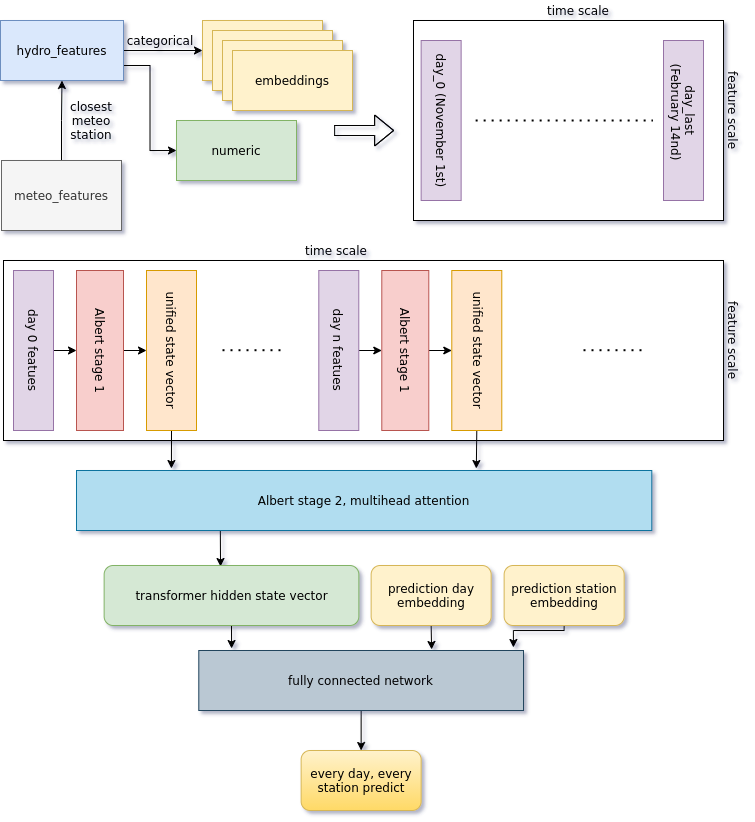
gleberof/emergency_datahack keeps this draw.io diagram as resources/LenaBiTrans.png. Above is the earlier version. Source tidied: cells renumbered, new cells last; positions are measured from the earlier drawing's top-left corner, leaving out a move shared by most shapes. The source it was exported from:
```xml
<mxGraphModel>
  <root>
    <mxCell id="0" />
    <mxCell id="1" parent="0" />
    <mxCell id="2" style="rounded=0;whiteSpace=wrap;html=1;" parent="1" vertex="1">
      <mxGeometry x="430" y="20" width="310" height="200" as="geometry" />
    </mxCell>
    <mxCell id="3" style="rounded=0;whiteSpace=wrap;html=1;fillColor=#e1d5e7;strokeColor=#9673a6;" parent="1" vertex="1">
      <mxGeometry x="437.6" y="40" width="40" height="160" as="geometry" />
    </mxCell>
    <mxCell id="4" style="rounded=0;whiteSpace=wrap;html=1;" parent="1" vertex="1">
      <mxGeometry x="20" y="260" width="720" height="180" as="geometry" />
    </mxCell>
    <mxCell id="5" style="edgeStyle=orthogonalEdgeStyle;rounded=0;jettySize=auto;html=1;exitX=1;exitY=0.5;exitDx=0;exitDy=0;" parent="1" edge="1" source="7" target="10">
      <mxGeometry relative="1" as="geometry" />
    </mxCell>
    <mxCell id="6" style="edgeStyle=orthogonalEdgeStyle;rounded=0;jettySize=auto;html=1;exitX=1;exitY=0.75;exitDx=0;exitDy=0;entryX=0;entryY=0.5;entryDx=0;entryDy=0;" parent="1" edge="1" source="7" target="14">
      <mxGeometry relative="1" as="geometry" />
    </mxCell>
    <mxCell id="7" value="hydro_features" style="rounded=0;whiteSpace=wrap;html=1;fillColor=#dae8fc;strokeColor=#6c8ebf;" parent="1" vertex="1">
      <mxGeometry x="17" y="20" width="123" height="60" as="geometry" />
    </mxCell>
    <mxCell id="8" style="edgeStyle=orthogonalEdgeStyle;rounded=0;jettySize=auto;html=1;exitX=0.5;exitY=0;exitDx=0;exitDy=0;entryX=0.5;entryY=1;entryDx=0;entryDy=0;" parent="1" edge="1" source="9" target="7">
      <mxGeometry relative="1" as="geometry" />
    </mxCell>
    <mxCell id="9" value="meteo_features" style="rounded=0;whiteSpace=wrap;html=1;fillColor=#f5f5f5;strokeColor=#666666;fontColor=#333333;" parent="1" vertex="1">
      <mxGeometry x="18" y="160" width="120" height="70" as="geometry" />
    </mxCell>
    <mxCell id="10" style="rounded=0;whiteSpace=wrap;html=1;fillColor=#fff2cc;strokeColor=#d6b656;" parent="1" vertex="1">
      <mxGeometry x="219" y="20" width="120" height="60" as="geometry" />
    </mxCell>
    <mxCell id="11" style="rounded=0;whiteSpace=wrap;html=1;fillColor=#fff2cc;strokeColor=#d6b656;" parent="1" vertex="1">
      <mxGeometry x="229" y="30" width="120" height="60" as="geometry" />
    </mxCell>
    <mxCell id="12" style="rounded=0;whiteSpace=wrap;html=1;fillColor=#fff2cc;strokeColor=#d6b656;" parent="1" vertex="1">
      <mxGeometry x="239" y="40" width="120" height="60" as="geometry" />
    </mxCell>
    <mxCell id="13" value="embeddings" style="rounded=0;whiteSpace=wrap;html=1;fillColor=#fff2cc;strokeColor=#d6b656;" parent="1" vertex="1">
      <mxGeometry x="249" y="50" width="120" height="60" as="geometry" />
    </mxCell>
    <mxCell id="14" value="numeric" style="rounded=0;whiteSpace=wrap;html=1;fillColor=#d5e8d4;strokeColor=#82b366;" parent="1" vertex="1">
      <mxGeometry x="193" y="120" width="120" height="60" as="geometry" />
    </mxCell>
    <mxCell id="15" value="closest meteo station&lt;br&gt;" style="text;html=1;strokeColor=none;fillColor=none;align=center;verticalAlign=middle;whiteSpace=wrap;rounded=0;" parent="1" vertex="1">
      <mxGeometry x="87.9" y="110" width="40" height="20" as="geometry" />
    </mxCell>
    <mxCell id="16" value="time scale" style="text;html=1;strokeColor=none;fillColor=none;align=center;verticalAlign=middle;whiteSpace=wrap;rounded=0;" parent="1" vertex="1">
      <mxGeometry x="430" width="330" height="20" as="geometry" />
    </mxCell>
    <mxCell id="17" value="feature scale&lt;br&gt;" style="text;html=1;strokeColor=none;fillColor=none;align=center;verticalAlign=middle;whiteSpace=wrap;rounded=0;rotation=90;" parent="1" vertex="1">
      <mxGeometry x="680" y="100" width="140" height="20" as="geometry" />
    </mxCell>
    <mxCell id="18" value="day_0 (November 1st)" style="text;html=1;strokeColor=none;fillColor=none;align=center;verticalAlign=middle;whiteSpace=wrap;rounded=0;rotation=90;" parent="1" vertex="1">
      <mxGeometry x="367.6" y="110" width="180" height="20" as="geometry" />
    </mxCell>
    <mxCell id="19" style="shape=flexArrow;endArrow=classic;html=1;" parent="1" edge="1">
      <mxGeometry relative="1" as="geometry">
        <mxPoint x="350.6" y="130" as="sourcePoint" />
        <mxPoint x="410.6" y="130" as="targetPoint" />
        <Array as="points">
          <mxPoint x="370.6" y="130" />
          <mxPoint x="350.6" y="130" />
        </Array>
      </mxGeometry>
    </mxCell>
    <mxCell id="20" style="endArrow=none;dashed=1;html=1;dashPattern=1 3;strokeWidth=2;" parent="1" edge="1">
      <mxGeometry relative="1" as="geometry">
        <mxPoint x="492.1" y="120" as="sourcePoint" />
        <mxPoint x="669.1" y="120" as="targetPoint" />
      </mxGeometry>
    </mxCell>
    <mxCell id="21" style="edgeStyle=orthogonalEdgeStyle;rounded=0;jettySize=auto;html=1;exitX=1;exitY=0.5;exitDx=0;exitDy=0;entryX=0;entryY=0.5;entryDx=0;entryDy=0;" parent="1" edge="1" source="22" target="25">
      <mxGeometry relative="1" as="geometry" />
    </mxCell>
    <mxCell id="22" style="rounded=0;whiteSpace=wrap;html=1;fillColor=#e1d5e7;strokeColor=#9673a6;" parent="1" vertex="1">
      <mxGeometry x="30" y="270" width="40" height="160" as="geometry" />
    </mxCell>
    <mxCell id="23" value="day 0 featues" style="text;html=1;strokeColor=none;fillColor=none;align=center;verticalAlign=middle;whiteSpace=wrap;rounded=0;rotation=90;" parent="1" vertex="1">
      <mxGeometry y="340" width="100" height="20" as="geometry" />
    </mxCell>
    <mxCell id="24" style="edgeStyle=orthogonalEdgeStyle;rounded=0;jettySize=auto;html=1;exitX=1;exitY=0.5;exitDx=0;exitDy=0;entryX=0;entryY=0.5;entryDx=0;entryDy=0;" parent="1" edge="1" source="25" target="28">
      <mxGeometry relative="1" as="geometry" />
    </mxCell>
    <mxCell id="25" style="rounded=0;whiteSpace=wrap;html=1;fillColor=#f8cecc;strokeColor=#b85450;" parent="1" vertex="1">
      <mxGeometry x="93" y="270" width="47" height="160" as="geometry" />
    </mxCell>
    <mxCell id="26" value="Albert stage 1" style="text;html=1;strokeColor=none;fillColor=none;align=center;verticalAlign=middle;whiteSpace=wrap;rounded=0;rotation=90;" parent="1" vertex="1">
      <mxGeometry x="61.5" y="340" width="110" height="20" as="geometry" />
    </mxCell>
    <mxCell id="27" style="edgeStyle=orthogonalEdgeStyle;rounded=0;jettySize=auto;html=1;exitX=0.5;exitY=1;exitDx=0;exitDy=0;entryX=0.165;entryY=-0.033;entryDx=0;entryDy=0;entryPerimeter=0;" parent="1" edge="1" source="28" target="42">
      <mxGeometry relative="1" as="geometry" />
    </mxCell>
    <mxCell id="28" style="rounded=0;whiteSpace=wrap;html=1;fillColor=#ffe6cc;strokeColor=#d79b00;" parent="1" vertex="1">
      <mxGeometry x="163" y="270" width="50" height="160" as="geometry" />
    </mxCell>
    <mxCell id="29" value="unified state vector" style="text;html=1;strokeColor=none;fillColor=none;align=center;verticalAlign=middle;whiteSpace=wrap;rounded=0;rotation=90;" parent="1" vertex="1">
      <mxGeometry x="123" y="340" width="130" height="20" as="geometry" />
    </mxCell>
    <mxCell id="30" style="edgeStyle=orthogonalEdgeStyle;rounded=0;jettySize=auto;html=1;exitX=1;exitY=0.5;exitDx=0;exitDy=0;entryX=0;entryY=0.5;entryDx=0;entryDy=0;" parent="1" edge="1" source="31" target="34">
      <mxGeometry relative="1" as="geometry" />
    </mxCell>
    <mxCell id="31" style="rounded=0;whiteSpace=wrap;html=1;fillColor=#e1d5e7;strokeColor=#9673a6;" parent="1" vertex="1">
      <mxGeometry x="335.3" y="270" width="40" height="160" as="geometry" />
    </mxCell>
    <mxCell id="32" value="day n featues" style="text;html=1;strokeColor=none;fillColor=none;align=center;verticalAlign=middle;whiteSpace=wrap;rounded=0;rotation=90;" parent="1" vertex="1">
      <mxGeometry x="305.3" y="340" width="100" height="20" as="geometry" />
    </mxCell>
    <mxCell id="33" style="edgeStyle=orthogonalEdgeStyle;rounded=0;jettySize=auto;html=1;exitX=1;exitY=0.5;exitDx=0;exitDy=0;entryX=0;entryY=0.5;entryDx=0;entryDy=0;" parent="1" edge="1" source="34" target="37">
      <mxGeometry relative="1" as="geometry" />
    </mxCell>
    <mxCell id="34" style="rounded=0;whiteSpace=wrap;html=1;fillColor=#f8cecc;strokeColor=#b85450;" parent="1" vertex="1">
      <mxGeometry x="398.3" y="270" width="47" height="160" as="geometry" />
    </mxCell>
    <mxCell id="35" value="Albert stage 1" style="text;html=1;strokeColor=none;fillColor=none;align=center;verticalAlign=middle;whiteSpace=wrap;rounded=0;rotation=90;" parent="1" vertex="1">
      <mxGeometry x="366.8" y="340" width="110" height="20" as="geometry" />
    </mxCell>
    <mxCell id="36" style="edgeStyle=orthogonalEdgeStyle;rounded=0;jettySize=auto;html=1;exitX=0.5;exitY=1;exitDx=0;exitDy=0;entryX=0.695;entryY=-0.033;entryDx=0;entryDy=0;entryPerimeter=0;" parent="1" edge="1" source="37" target="42">
      <mxGeometry relative="1" as="geometry" />
    </mxCell>
    <mxCell id="37" style="rounded=0;whiteSpace=wrap;html=1;fillColor=#ffe6cc;strokeColor=#d79b00;" parent="1" vertex="1">
      <mxGeometry x="468.3" y="270" width="50" height="160" as="geometry" />
    </mxCell>
    <mxCell id="38" value="unified state vector" style="text;html=1;strokeColor=none;fillColor=none;align=center;verticalAlign=middle;whiteSpace=wrap;rounded=0;rotation=90;" parent="1" vertex="1">
      <mxGeometry x="430" y="340" width="130" height="20" as="geometry" />
    </mxCell>
    <mxCell id="39" style="endArrow=none;dashed=1;html=1;dashPattern=1 3;strokeWidth=2;" parent="1" edge="1">
      <mxGeometry relative="1" as="geometry">
        <mxPoint x="239" y="349.7" as="sourcePoint" />
        <mxPoint x="298.4" y="349.7" as="targetPoint" />
      </mxGeometry>
    </mxCell>
    <mxCell id="40" style="endArrow=none;dashed=1;html=1;dashPattern=1 3;strokeWidth=2;" parent="1" edge="1">
      <mxGeometry relative="1" as="geometry">
        <mxPoint x="600" y="349.7" as="sourcePoint" />
        <mxPoint x="659.4" y="349.7" as="targetPoint" />
      </mxGeometry>
    </mxCell>
    <mxCell id="41" style="edgeStyle=orthogonalEdgeStyle;rounded=0;jettySize=auto;html=1;exitX=0.25;exitY=1;exitDx=0;exitDy=0;entryX=0.457;entryY=0.017;entryDx=0;entryDy=0;entryPerimeter=0;" parent="1" edge="1" source="42" target="44">
      <mxGeometry relative="1" as="geometry" />
    </mxCell>
    <mxCell id="42" value="Albert stage 2, multihead attention" style="rounded=0;whiteSpace=wrap;html=1;fillColor=#b1ddf0;strokeColor=#10739e;" parent="1" vertex="1">
      <mxGeometry x="93" y="470" width="575.3" height="60" as="geometry" />
    </mxCell>
    <mxCell id="43" style="edgeStyle=orthogonalEdgeStyle;rounded=0;jettySize=auto;html=1;exitX=0.5;exitY=1;exitDx=0;exitDy=0;entryX=0.101;entryY=-0.033;entryDx=0;entryDy=0;entryPerimeter=0;" parent="1" edge="1" source="44" target="50">
      <mxGeometry relative="1" as="geometry" />
    </mxCell>
    <mxCell id="44" value="transformer hidden state vector" style="rounded=1;whiteSpace=wrap;html=1;fillColor=#d5e8d4;strokeColor=#82b366;" parent="1" vertex="1">
      <mxGeometry x="120.6" y="565" width="254.7" height="60" as="geometry" />
    </mxCell>
    <mxCell id="45" style="edgeStyle=orthogonalEdgeStyle;rounded=0;jettySize=auto;html=1;exitX=0.5;exitY=1;exitDx=0;exitDy=0;entryX=0.717;entryY=-0.017;entryDx=0;entryDy=0;entryPerimeter=0;" parent="1" edge="1" source="46" target="50">
      <mxGeometry relative="1" as="geometry" />
    </mxCell>
    <mxCell id="46" value="prediction day embedding" style="rounded=1;whiteSpace=wrap;html=1;fillColor=#fff2cc;strokeColor=#d6b656;" parent="1" vertex="1">
      <mxGeometry x="387.6" y="565" width="120" height="60" as="geometry" />
    </mxCell>
    <mxCell id="47" style="edgeStyle=orthogonalEdgeStyle;rounded=0;jettySize=auto;html=1;exitX=0.5;exitY=1;exitDx=0;exitDy=0;entryX=0.969;entryY=-0.05;entryDx=0;entryDy=0;entryPerimeter=0;" parent="1" edge="1" source="48" target="50">
      <mxGeometry relative="1" as="geometry">
        <Array as="points">
          <mxPoint x="581" y="630" />
          <mxPoint x="530" y="630" />
        </Array>
      </mxGeometry>
    </mxCell>
    <mxCell id="48" value="prediction station embedding" style="rounded=1;whiteSpace=wrap;html=1;fillColor=#fff2cc;strokeColor=#d6b656;" parent="1" vertex="1">
      <mxGeometry x="520.6" y="565" width="120" height="60" as="geometry" />
    </mxCell>
    <mxCell id="49" style="edgeStyle=orthogonalEdgeStyle;rounded=0;jettySize=auto;html=1;exitX=0.5;exitY=1;exitDx=0;exitDy=0;entryX=0.5;entryY=0;entryDx=0;entryDy=0;" parent="1" edge="1" source="50" target="53">
      <mxGeometry relative="1" as="geometry" />
    </mxCell>
    <mxCell id="50" value="fully connected network" style="rounded=0;whiteSpace=wrap;html=1;fillColor=#bac8d3;strokeColor=#23445d;" parent="1" vertex="1">
      <mxGeometry x="215.3" y="650" width="324.7" height="60" as="geometry" />
    </mxCell>
    <mxCell id="51" value="time scale" style="text;html=1;strokeColor=none;fillColor=none;align=center;verticalAlign=middle;whiteSpace=wrap;rounded=0;" parent="1" vertex="1">
      <mxGeometry x="188.3" y="240" width="330" height="20" as="geometry" />
    </mxCell>
    <mxCell id="52" value="feature scale&lt;br&gt;" style="text;html=1;strokeColor=none;fillColor=none;align=center;verticalAlign=middle;whiteSpace=wrap;rounded=0;rotation=90;" parent="1" vertex="1">
      <mxGeometry x="680" y="330" width="140" height="20" as="geometry" />
    </mxCell>
    <mxCell id="53" value="every day, every station predict" style="rounded=1;whiteSpace=wrap;html=1;gradientColor=#ffd966;fillColor=#fff2cc;strokeColor=#d6b656;" parent="1" vertex="1">
      <mxGeometry x="317.6" y="750" width="120" height="60" as="geometry" />
    </mxCell>
    <mxCell id="54" value="categorical" style="text;html=1;strokeColor=none;fillColor=none;align=center;verticalAlign=middle;whiteSpace=wrap;rounded=0;" parent="1" vertex="1">
      <mxGeometry x="93" y="30" width="168" height="20" as="geometry" />
    </mxCell>
    <mxCell id="55" style="rounded=0;whiteSpace=wrap;html=1;fillColor=#e1d5e7;strokeColor=#9673a6;" parent="1" vertex="1">
      <mxGeometry x="680" y="40" width="40" height="160" as="geometry" />
    </mxCell>
    <mxCell id="56" value="day_last&lt;br&gt;&amp;nbsp;(February 14nd)" style="text;html=1;strokeColor=none;fillColor=none;align=center;verticalAlign=middle;whiteSpace=wrap;rounded=0;rotation=90;" parent="1" vertex="1">
      <mxGeometry x="605" y="100" width="190" height="20" as="geometry" />
    </mxCell>
  </root>
</mxGraphModel>
```
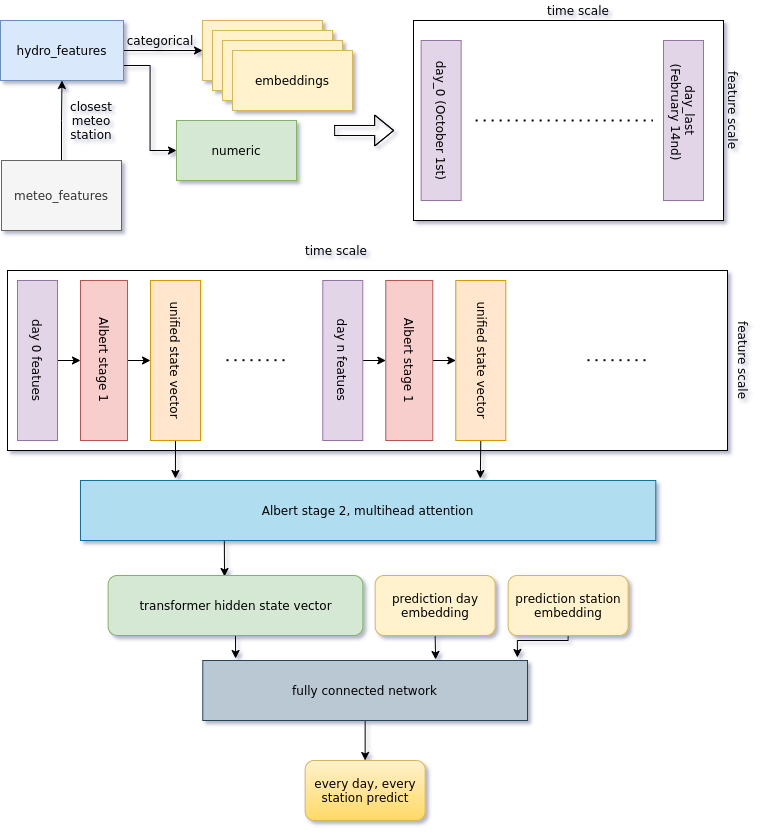
The same file after the commit.

Diff of the diagram source:
```diff
@@ -3,10 +3,10 @@
     <mxCell id="0" />
     <mxCell id="1" parent="0" />
     <mxCell id="2" style="rounded=0;whiteSpace=wrap;html=1;" parent="1" vertex="1">
-      <mxGeometry x="430" y="20" width="310" height="200" as="geometry" />
+      <mxGeometry x="426" y="10" width="310" height="200" as="geometry" />
     </mxCell>
     <mxCell id="3" style="rounded=0;whiteSpace=wrap;html=1;fillColor=#e1d5e7;strokeColor=#9673a6;" parent="1" vertex="1">
-      <mxGeometry x="437.6" y="40" width="40" height="160" as="geometry" />
+      <mxGeometry x="433.6" y="30" width="40" height="160" as="geometry" />
     </mxCell>
     <mxCell id="4" style="rounded=0;whiteSpace=wrap;html=1;" parent="1" vertex="1">
       <mxGeometry x="20" y="260" width="720" height="180" as="geometry" />
@@ -18,55 +18,55 @@
       <mxGeometry relative="1" as="geometry" />
     </mxCell>
     <mxCell id="7" value="hydro_features" style="rounded=0;whiteSpace=wrap;html=1;fillColor=#dae8fc;strokeColor=#6c8ebf;" parent="1" vertex="1">
-      <mxGeometry x="17" y="20" width="123" height="60" as="geometry" />
+      <mxGeometry x="13" y="10" width="123" height="60" as="geometry" />
     </mxCell>
     <mxCell id="8" style="edgeStyle=orthogonalEdgeStyle;rounded=0;jettySize=auto;html=1;exitX=0.5;exitY=0;exitDx=0;exitDy=0;entryX=0.5;entryY=1;entryDx=0;entryDy=0;" parent="1" edge="1" source="9" target="7">
       <mxGeometry relative="1" as="geometry" />
     </mxCell>
     <mxCell id="9" value="meteo_features" style="rounded=0;whiteSpace=wrap;html=1;fillColor=#f5f5f5;strokeColor=#666666;fontColor=#333333;" parent="1" vertex="1">
-      <mxGeometry x="18" y="160" width="120" height="70" as="geometry" />
+      <mxGeometry x="14" y="150" width="120" height="70" as="geometry" />
     </mxCell>
     <mxCell id="10" style="rounded=0;whiteSpace=wrap;html=1;fillColor=#fff2cc;strokeColor=#d6b656;" parent="1" vertex="1">
-      <mxGeometry x="219" y="20" width="120" height="60" as="geometry" />
+      <mxGeometry x="215" y="10" width="120" height="60" as="geometry" />
     </mxCell>
     <mxCell id="11" style="rounded=0;whiteSpace=wrap;html=1;fillColor=#fff2cc;strokeColor=#d6b656;" parent="1" vertex="1">
-      <mxGeometry x="229" y="30" width="120" height="60" as="geometry" />
+      <mxGeometry x="225" y="20" width="120" height="60" as="geometry" />
     </mxCell>
     <mxCell id="12" style="rounded=0;whiteSpace=wrap;html=1;fillColor=#fff2cc;strokeColor=#d6b656;" parent="1" vertex="1">
-      <mxGeometry x="239" y="40" width="120" height="60" as="geometry" />
+      <mxGeometry x="235" y="30" width="120" height="60" as="geometry" />
     </mxCell>
     <mxCell id="13" value="embeddings" style="rounded=0;whiteSpace=wrap;html=1;fillColor=#fff2cc;strokeColor=#d6b656;" parent="1" vertex="1">
-      <mxGeometry x="249" y="50" width="120" height="60" as="geometry" />
+      <mxGeometry x="245" y="40" width="120" height="60" as="geometry" />
     </mxCell>
     <mxCell id="14" value="numeric" style="rounded=0;whiteSpace=wrap;html=1;fillColor=#d5e8d4;strokeColor=#82b366;" parent="1" vertex="1">
-      <mxGeometry x="193" y="120" width="120" height="60" as="geometry" />
+      <mxGeometry x="189" y="110" width="120" height="60" as="geometry" />
     </mxCell>
     <mxCell id="15" value="closest meteo station&lt;br&gt;" style="text;html=1;strokeColor=none;fillColor=none;align=center;verticalAlign=middle;whiteSpace=wrap;rounded=0;" parent="1" vertex="1">
-      <mxGeometry x="87.9" y="110" width="40" height="20" as="geometry" />
+      <mxGeometry x="83.9" y="100" width="40" height="20" as="geometry" />
     </mxCell>
     <mxCell id="16" value="time scale" style="text;html=1;strokeColor=none;fillColor=none;align=center;verticalAlign=middle;whiteSpace=wrap;rounded=0;" parent="1" vertex="1">
-      <mxGeometry x="430" width="330" height="20" as="geometry" />
+      <mxGeometry x="426" y="-10" width="330" height="20" as="geometry" />
     </mxCell>
     <mxCell id="17" value="feature scale&lt;br&gt;" style="text;html=1;strokeColor=none;fillColor=none;align=center;verticalAlign=middle;whiteSpace=wrap;rounded=0;rotation=90;" parent="1" vertex="1">
-      <mxGeometry x="680" y="100" width="140" height="20" as="geometry" />
+      <mxGeometry x="676" y="90" width="140" height="20" as="geometry" />
     </mxCell>
-    <mxCell id="18" value="day_0 (November 1st)" style="text;html=1;strokeColor=none;fillColor=none;align=center;verticalAlign=middle;whiteSpace=wrap;rounded=0;rotation=90;" parent="1" vertex="1">
-      <mxGeometry x="367.6" y="110" width="180" height="20" as="geometry" />
+    <mxCell id="18" value="day_0 (October 1st)" style="text;html=1;strokeColor=none;fillColor=none;align=center;verticalAlign=middle;whiteSpace=wrap;rounded=0;rotation=90;" parent="1" vertex="1">
+      <mxGeometry x="363.6" y="100" width="180" height="20" as="geometry" />
     </mxCell>
     <mxCell id="19" style="shape=flexArrow;endArrow=classic;html=1;" parent="1" edge="1">
       <mxGeometry relative="1" as="geometry">
-        <mxPoint x="350.6" y="130" as="sourcePoint" />
-        <mxPoint x="410.6" y="130" as="targetPoint" />
+        <mxPoint x="346.6" y="120" as="sourcePoint" />
+        <mxPoint x="406.6" y="120" as="targetPoint" />
         <Array as="points">
-          <mxPoint x="370.6" y="130" />
-          <mxPoint x="350.6" y="130" />
+          <mxPoint x="366.6" y="120" />
+          <mxPoint x="346.6" y="120" />
         </Array>
       </mxGeometry>
     </mxCell>
     <mxCell id="20" style="endArrow=none;dashed=1;html=1;dashPattern=1 3;strokeWidth=2;" parent="1" edge="1">
       <mxGeometry relative="1" as="geometry">
-        <mxPoint x="492.1" y="120" as="sourcePoint" />
-        <mxPoint x="669.1" y="120" as="targetPoint" />
+        <mxPoint x="488.1" y="110" as="sourcePoint" />
+        <mxPoint x="665.1" y="110" as="targetPoint" />
       </mxGeometry>
     </mxCell>
     <mxCell id="21" style="edgeStyle=orthogonalEdgeStyle;rounded=0;jettySize=auto;html=1;exitX=1;exitY=0.5;exitDx=0;exitDy=0;entryX=0;entryY=0.5;entryDx=0;entryDy=0;" parent="1" edge="1" source="22" target="25">
@@ -171,22 +171,22 @@
       <mxGeometry x="215.3" y="650" width="324.7" height="60" as="geometry" />
     </mxCell>
     <mxCell id="51" value="time scale" style="text;html=1;strokeColor=none;fillColor=none;align=center;verticalAlign=middle;whiteSpace=wrap;rounded=0;" parent="1" vertex="1">
-      <mxGeometry x="188.3" y="240" width="330" height="20" as="geometry" />
+      <mxGeometry x="184.3" y="230" width="330" height="20" as="geometry" />
     </mxCell>
     <mxCell id="52" value="feature scale&lt;br&gt;" style="text;html=1;strokeColor=none;fillColor=none;align=center;verticalAlign=middle;whiteSpace=wrap;rounded=0;rotation=90;" parent="1" vertex="1">
-      <mxGeometry x="680" y="330" width="140" height="20" as="geometry" />
+      <mxGeometry x="686" y="340" width="140" height="20" as="geometry" />
     </mxCell>
     <mxCell id="53" value="every day, every station predict" style="rounded=1;whiteSpace=wrap;html=1;gradientColor=#ffd966;fillColor=#fff2cc;strokeColor=#d6b656;" parent="1" vertex="1">
       <mxGeometry x="317.6" y="750" width="120" height="60" as="geometry" />
     </mxCell>
     <mxCell id="54" value="categorical" style="text;html=1;strokeColor=none;fillColor=none;align=center;verticalAlign=middle;whiteSpace=wrap;rounded=0;" parent="1" vertex="1">
-      <mxGeometry x="93" y="30" width="168" height="20" as="geometry" />
+      <mxGeometry x="89" y="20" width="168" height="20" as="geometry" />
     </mxCell>
     <mxCell id="55" style="rounded=0;whiteSpace=wrap;html=1;fillColor=#e1d5e7;strokeColor=#9673a6;" parent="1" vertex="1">
-      <mxGeometry x="680" y="40" width="40" height="160" as="geometry" />
+      <mxGeometry x="676" y="30" width="40" height="160" as="geometry" />
     </mxCell>
     <mxCell id="56" value="day_last&lt;br&gt;&amp;nbsp;(February 14nd)" style="text;html=1;strokeColor=none;fillColor=none;align=center;verticalAlign=middle;whiteSpace=wrap;rounded=0;rotation=90;" parent="1" vertex="1">
-      <mxGeometry x="605" y="100" width="190" height="20" as="geometry" />
+      <mxGeometry x="601" y="90" width="190" height="20" as="geometry" />
     </mxCell>
   </root>
 </mxGraphModel>
```
